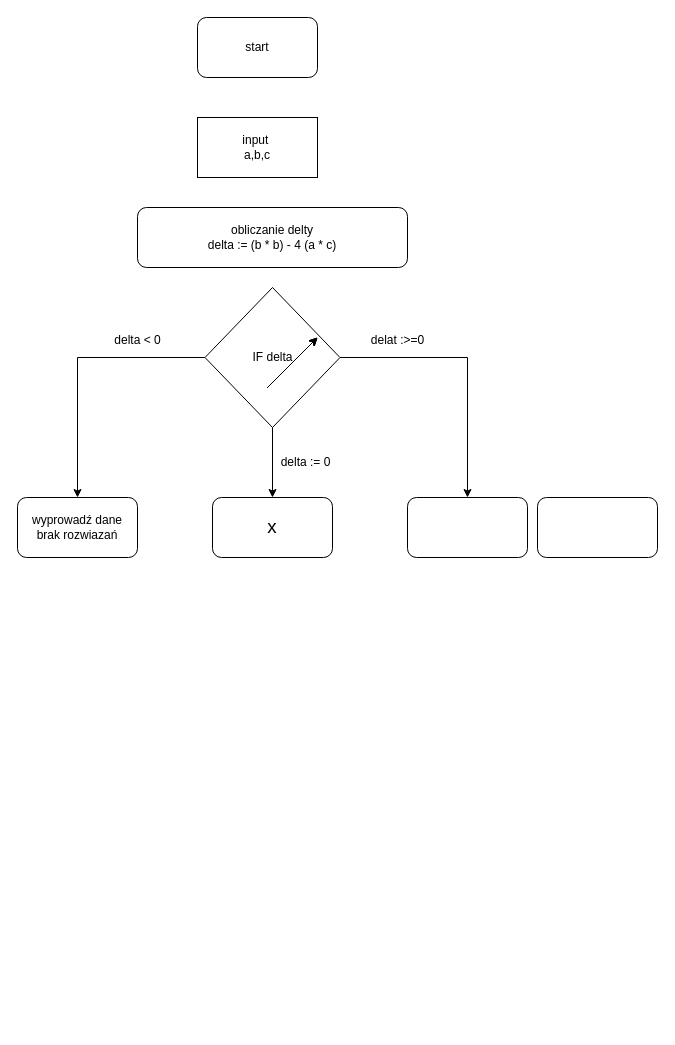
Above: Untitled Diagram.drawio in Cyberduo/cyberduo (draw.io), before the change. Source tidied: cells renumbered, new cells numbered last; positions are measured from the earlier drawing's top-left corner, leaving out a move shared by most shapes. Both pictures are drawn from the tidied source at 100%, with x=0, y=0 at pixel (17, 17).
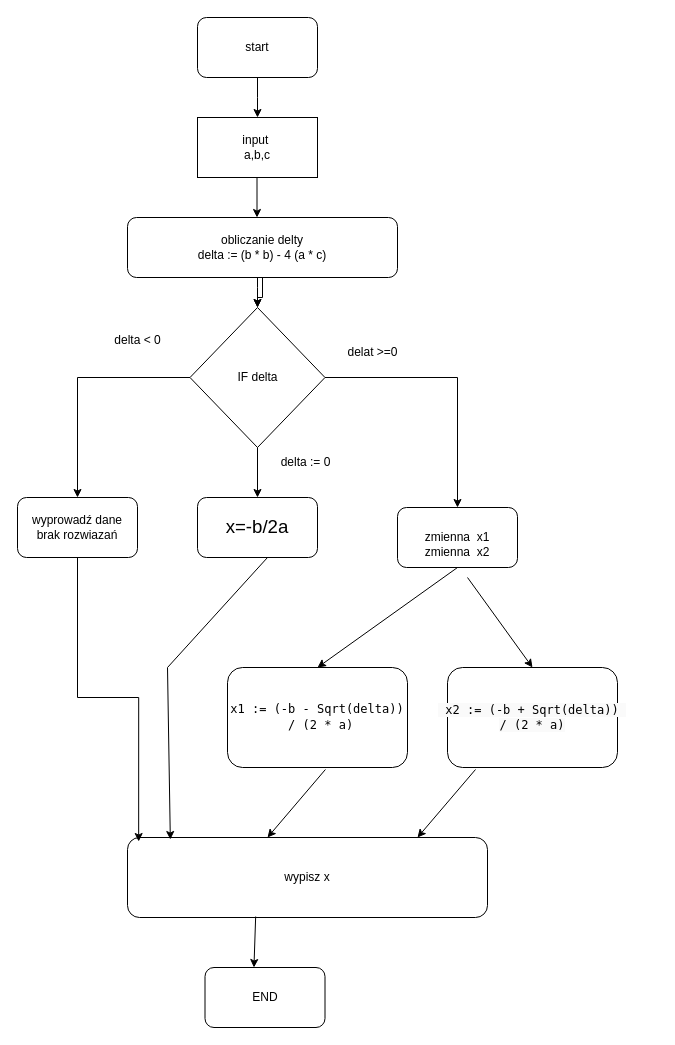
The same diagram, later.

The change refers to these unchanged cells:
```xml
<mxCell id="2" value="start" style="rounded=1;whiteSpace=wrap;html=1;" parent="1" vertex="1">
  <mxGeometry x="180" width="120" height="60" as="geometry" />
</mxCell>
<mxCell id="3" value="input&amp;nbsp;&lt;div&gt;a,b,c&lt;/div&gt;" style="rounded=0;whiteSpace=wrap;html=1;" parent="1" vertex="1">
  <mxGeometry x="180" y="100" width="120" height="60" as="geometry" />
</mxCell>
<mxCell id="6" value="&lt;div&gt;wyprowadź dane&lt;/div&gt;brak rozwiazań" style="rounded=1;whiteSpace=wrap;html=1;" parent="1" vertex="1">
  <mxGeometry y="480" width="120" height="60" as="geometry" />
</mxCell>
```

The edit, as a diff of the source:
```diff
@@
+    <mxCell id="20" style="edgeStyle=orthogonalEdgeStyle;rounded=0;jettySize=auto;html=1;" parent="1" edge="1" source="4" target="5">
+      <mxGeometry relative="1" as="geometry" />
+    </mxCell>
+    <mxCell id="21" style="edgeStyle=orthogonalEdgeStyle;rounded=0;jettySize=auto;html=1;" parent="1" edge="1" source="4" target="5">
+      <mxGeometry relative="1" as="geometry">
+        <Array as="points">
+          <mxPoint x="240" y="270" />
+          <mxPoint x="240" y="270" />
+        </Array>
+      </mxGeometry>
+    </mxCell>
     <mxCell id="4" value="obliczanie delty&lt;br&gt;delta := (b * b) - 4 (a * c)" style="rounded=1;whiteSpace=wrap;html=1;" parent="1" vertex="1">
-      <mxGeometry x="120" y="190" width="270" height="60" as="geometry" />
+      <mxGeometry x="110" y="200" width="270" height="60" as="geometry" />
     </mxCell>
     <mxCell id="5" value="IF delta" style="rhombus;whiteSpace=wrap;html=1;" parent="1" vertex="1">
-      <mxGeometry x="187.5" y="270" width="135" height="140" as="geometry" />
+      <mxGeometry x="172.5" y="290" width="135" height="140" as="geometry" />
     </mxCell>
@@
-    <mxCell id="7" style="rounded=1;whiteSpace=wrap;html=1;" parent="1" vertex="1">
-      <mxGeometry x="390" y="480" width="120" height="60" as="geometry" />
-    </mxCell>
-    <mxCell id="8" value="&lt;div style=&quot;text-align: left;&quot;&gt;&lt;font face=&quot;Arial, sans-serif&quot;&gt;&lt;span style=&quot;font-size: 18.6667px; background-color: rgb(255, 255, 255);&quot;&gt;x&lt;/span&gt;&lt;/font&gt;&lt;/div&gt;" style="rounded=1;whiteSpace=wrap;html=1;" parent="1" vertex="1">
-      <mxGeometry x="195" y="480" width="120" height="60" as="geometry" />
+    <mxCell id="8" value="&lt;div style=&quot;text-align: left;&quot;&gt;&lt;font face=&quot;Arial, sans-serif&quot;&gt;&lt;span style=&quot;font-size: 18.6667px; background-color: rgb(255, 255, 255);&quot;&gt;x=-b/2a&lt;/span&gt;&lt;/font&gt;&lt;/div&gt;" style="rounded=1;whiteSpace=wrap;html=1;" parent="1" vertex="1">
+      <mxGeometry x="180" y="480" width="120" height="60" as="geometry" />
     </mxCell>
     <mxCell id="9" style="endArrow=classic;html=1;rounded=0;entryX=0.5;entryY=0;entryDx=0;entryDy=0;exitX=0;exitY=0.5;exitDx=0;exitDy=0;" parent="1" edge="1" source="5" target="6">
       <mxGeometry relative="1" as="geometry">
         <Array as="points">
-          <mxPoint x="60" y="340" />
+          <mxPoint x="60" y="360" />
         </Array>
       </mxGeometry>
     </mxCell>
@@
-    <mxCell id="12" style="endArrow=classic;html=1;rounded=0;entryX=0.5;entryY=0;entryDx=0;entryDy=0;exitX=1;exitY=0.5;exitDx=0;exitDy=0;" parent="1" edge="1" source="5" target="7">
+    <mxCell id="12" style="endArrow=classic;html=1;rounded=0;entryX=0.5;entryY=0;entryDx=0;entryDy=0;exitX=1;exitY=0.5;exitDx=0;exitDy=0;" parent="1" edge="1" source="5" target="15">
       <mxGeometry relative="1" as="geometry">
         <Array as="points">
-          <mxPoint x="450" y="340" />
+          <mxPoint x="440" y="360" />
         </Array>
       </mxGeometry>
     </mxCell>
@@
-    <mxCell id="14" value="delat :&amp;gt;=0" style="text;html=1;align=center;verticalAlign=middle;strokeColor=none;fillColor=none;" parent="1" vertex="1">
-      <mxGeometry x="340" y="308" width="80" height="30" as="geometry" />
+    <mxCell id="14" value="delat &amp;gt;=0" style="text;html=1;align=center;verticalAlign=middle;strokeColor=none;fillColor=none;" parent="1" vertex="1">
+      <mxGeometry x="320" y="320" width="70" height="30" as="geometry" />
     </mxCell>
-    <mxCell id="15" style="rounded=1;whiteSpace=wrap;html=1;" parent="1" vertex="1">
-      <mxGeometry x="520" y="480" width="120" height="60" as="geometry" />
+    <mxCell id="15" value="&lt;br&gt;zmienna&amp;nbsp; x1&lt;br&gt;zmienna&amp;nbsp; x2" style="rounded=1;whiteSpace=wrap;html=1;" parent="1" vertex="1">
+      <mxGeometry x="380" y="490" width="120" height="60" as="geometry" />
     </mxCell>
-    <mxCell id="16" style="endArrow=classic;html=1;rounded=0;" parent="1" edge="1">
-      <mxGeometry relative="1" as="geometry">
-        <mxPoint x="250" y="370" as="sourcePoint" />
-        <mxPoint x="300" y="320" as="targetPoint" />
-      </mxGeometry>
-    </mxCell>
-    <mxCell id="17" style="endArrow=classic;html=1;rounded=0;" parent="1" edge="1">
-      <mxGeometry relative="1" as="geometry">
-        <mxPoint x="250" y="370" as="sourcePoint" />
-        <mxPoint x="300" y="320" as="targetPoint" />
-      </mxGeometry>
-    </mxCell>
-    <mxCell id="18" style="endArrow=classic;html=1;rounded=0;" parent="1" edge="1">
-      <mxGeometry relative="1" as="geometry">
-        <mxPoint x="250" y="370" as="sourcePoint" />
-        <mxPoint x="300" y="320" as="targetPoint" />
-      </mxGeometry>
-    </mxCell>
-    <mxCell id="19" style="endArrow=classic;html=1;rounded=0;" parent="1" edge="1">
-      <mxGeometry relative="1" as="geometry">
-        <mxPoint x="250" y="370" as="sourcePoint" />
-        <mxPoint x="300" y="320" as="targetPoint" />
-      </mxGeometry>
-    </mxCell>
+    <mxCell id="22" style="endArrow=classic;html=1;rounded=0;exitX=0.5;exitY=1;exitDx=0;exitDy=0;entryX=0.5;entryY=0;entryDx=0;entryDy=0;" parent="1" edge="1" source="2" target="3">
+      <mxGeometry relative="1" as="geometry">
+        <Array as="points">
+          <mxPoint x="240" y="80" />
+        </Array>
+      </mxGeometry>
+    </mxCell>
+    <mxCell id="23" style="endArrow=classic;html=1;rounded=0;exitX=0.5;exitY=1;exitDx=0;exitDy=0;entryX=0.5;entryY=0;entryDx=0;entryDy=0;" parent="1" edge="1">
+      <mxGeometry relative="1" as="geometry">
+        <mxPoint x="239.5" y="160" as="sourcePoint" />
+        <mxPoint x="239.5" y="200" as="targetPoint" />
+      </mxGeometry>
+    </mxCell>
+    <mxCell id="24" style="endArrow=classic;html=1;rounded=0;entryX=0.5;entryY=0;entryDx=0;entryDy=0;exitX=0.5;exitY=1;exitDx=0;exitDy=0;" parent="1" edge="1" source="15" target="25">
+      <mxGeometry relative="1" as="geometry" />
+    </mxCell>
+    <mxCell id="25" value="&lt;font style=&quot;forced-color-adjust: none; color: rgb(0, 0, 0); font-family: ui-monospace, SFMono-Regular, &amp;quot;SF Mono&amp;quot;, Menlo, Consolas, &amp;quot;Liberation Mono&amp;quot;, monospace; font-size: 12px; font-style: normal; font-variant-ligatures: normal; font-variant-caps: normal; font-weight: 400; letter-spacing: normal; orphans: 2; text-align: left; text-indent: 0px; text-transform: none; widows: 2; word-spacing: 0px; -webkit-text-stroke-width: 0px; white-space: pre; text-decoration-thickness: initial; text-decoration-style: initial; text-decoration-color: initial;&quot;&gt;x1 := (-b - Sqrt(delta))&lt;/font&gt;&lt;div&gt;&lt;font style=&quot;forced-color-adjust: none; color: rgb(0, 0, 0); font-family: ui-monospace, SFMono-Regular, &amp;quot;SF Mono&amp;quot;, Menlo, Consolas, &amp;quot;Liberation Mono&amp;quot;, monospace; font-size: 12px; font-style: normal; font-variant-ligatures: normal; font-variant-caps: normal; font-weight: 400; letter-spacing: normal; orphans: 2; text-align: left; text-indent: 0px; text-transform: none; widows: 2; word-spacing: 0px; -webkit-text-stroke-width: 0px; white-space: pre; text-decoration-thickness: initial; text-decoration-style: initial; text-decoration-color: initial;&quot;&gt; / (2 * a)&lt;/font&gt;&lt;span style=&quot;forced-color-adjust: none; color: rgb(0, 0, 0); font-family: ui-monospace, SFMono-Regular, &amp;quot;SF Mono&amp;quot;, Menlo, Consolas, &amp;quot;Liberation Mono&amp;quot;, monospace; font-style: normal; font-variant-ligatures: normal; font-variant-caps: normal; font-weight: 400; letter-spacing: normal; orphans: 2; text-align: left; text-indent: 0px; text-transform: none; widows: 2; word-spacing: 0px; -webkit-text-stroke-width: 0px; white-space: pre; text-decoration-thickness: initial; text-decoration-style: initial; text-decoration-color: initial; font-size: 14px;&quot;&gt;&lt;br style=&quot;forced-color-adjust: none;&quot;&gt;&lt;/span&gt;&lt;/div&gt;" style="rounded=1;whiteSpace=wrap;html=1;" parent="1" vertex="1">
+      <mxGeometry x="210" y="650" width="180" height="100" as="geometry" />
+    </mxCell>
+    <mxCell id="26" value="&lt;span style=&quot;font-family: ui-monospace, SFMono-Regular, &amp;quot;SF Mono&amp;quot;, Menlo, Consolas, &amp;quot;Liberation Mono&amp;quot;, monospace; text-align: left; white-space: pre; background-color: rgb(250, 250, 250);&quot;&gt;&lt;font&gt; x2 := (-b + Sqrt(delta)) &lt;/font&gt;&lt;/span&gt;&lt;div&gt;&lt;span style=&quot;font-family: ui-monospace, SFMono-Regular, &amp;quot;SF Mono&amp;quot;, Menlo, Consolas, &amp;quot;Liberation Mono&amp;quot;, monospace; text-align: left; white-space: pre; background-color: rgb(250, 250, 250);&quot;&gt;&lt;font&gt;/ (2 * a)&lt;/font&gt;&lt;/span&gt;&lt;/div&gt;" style="rounded=1;whiteSpace=wrap;html=1;" parent="1" vertex="1">
+      <mxGeometry x="430" y="650" width="170" height="100" as="geometry" />
+    </mxCell>
+    <mxCell id="27" style="endArrow=classic;html=1;rounded=0;entryX=0.5;entryY=0;entryDx=0;entryDy=0;exitX=0.5;exitY=1;exitDx=0;exitDy=0;" parent="1" edge="1" target="26">
+      <mxGeometry relative="1" as="geometry">
+        <mxPoint x="450" y="560" as="sourcePoint" />
+      </mxGeometry>
+    </mxCell>
+    <mxCell id="28" value="wypisz x" style="rounded=1;whiteSpace=wrap;html=1;" parent="1" vertex="1">
+      <mxGeometry x="110" y="820" width="360" height="80" as="geometry" />
+    </mxCell>
+    <mxCell id="29" style="endArrow=classic;html=1;rounded=0;entryX=0.119;entryY=0.025;entryDx=0;entryDy=0;entryPerimeter=0;" parent="1" edge="1" target="28">
+      <mxGeometry relative="1" as="geometry">
+        <mxPoint x="250" y="540" as="sourcePoint" />
+        <Array as="points">
+          <mxPoint x="150" y="650" />
+        </Array>
+      </mxGeometry>
+    </mxCell>
+    <mxCell id="30" style="edgeStyle=orthogonalEdgeStyle;rounded=0;jettySize=auto;html=1;exitX=0.5;exitY=1;exitDx=0;exitDy=0;entryX=0.031;entryY=0.05;entryDx=0;entryDy=0;entryPerimeter=0;" parent="1" edge="1" source="6" target="28">
+      <mxGeometry relative="1" as="geometry" />
+    </mxCell>
+    <mxCell id="31" style="endArrow=classic;html=1;rounded=0;entryX=0.5;entryY=0;entryDx=0;entryDy=0;exitX=0.544;exitY=1.02;exitDx=0;exitDy=0;exitPerimeter=0;" parent="1" edge="1" source="25">
+      <mxGeometry relative="1" as="geometry">
+        <mxPoint x="250" y="820" as="targetPoint" />
+      </mxGeometry>
+    </mxCell>
+    <mxCell id="32" style="endArrow=classic;html=1;rounded=0;entryX=0.5;entryY=0;entryDx=0;entryDy=0;exitX=0.544;exitY=1.02;exitDx=0;exitDy=0;exitPerimeter=0;" parent="1" edge="1">
+      <mxGeometry relative="1" as="geometry">
+        <mxPoint x="458" y="752" as="sourcePoint" />
+        <mxPoint x="400" y="820" as="targetPoint" />
+      </mxGeometry>
+    </mxCell>
+    <mxCell id="33" value="END" style="rounded=1;whiteSpace=wrap;html=1;" parent="1" vertex="1">
+      <mxGeometry x="187.5" y="950" width="120" height="60" as="geometry" />
+    </mxCell>
+    <mxCell id="34" style="endArrow=classic;html=1;rounded=0;entryX=0.408;entryY=0;entryDx=0;entryDy=0;entryPerimeter=0;exitX=0.356;exitY=0.988;exitDx=0;exitDy=0;exitPerimeter=0;" parent="1" edge="1" source="28" target="33">
+      <mxGeometry relative="1" as="geometry" />
+    </mxCell>
```
